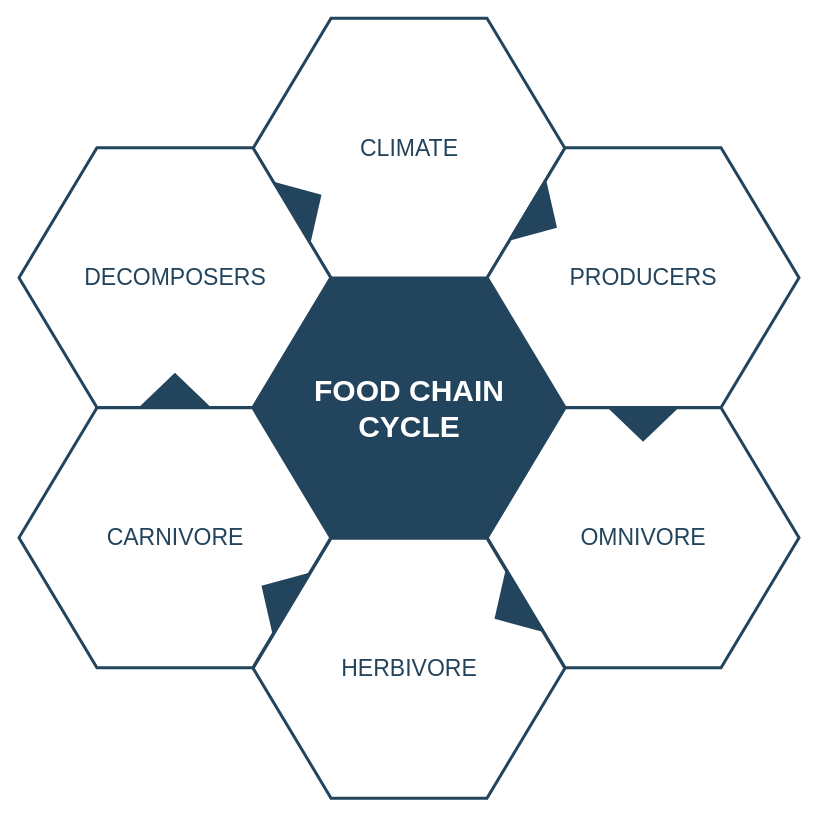
Earlier version of the draw.io diagram 网关功能.drawio (misswhite/openIOTbuilder). Source tidied: cells renumbered, new cells numbered last; positions are measured from the earlier drawing's top-left corner, leaving out a move shared by most shapes. Both pictures are drawn from the tidied source at 100%, with x=0, y=0 at pixel (18, 18).
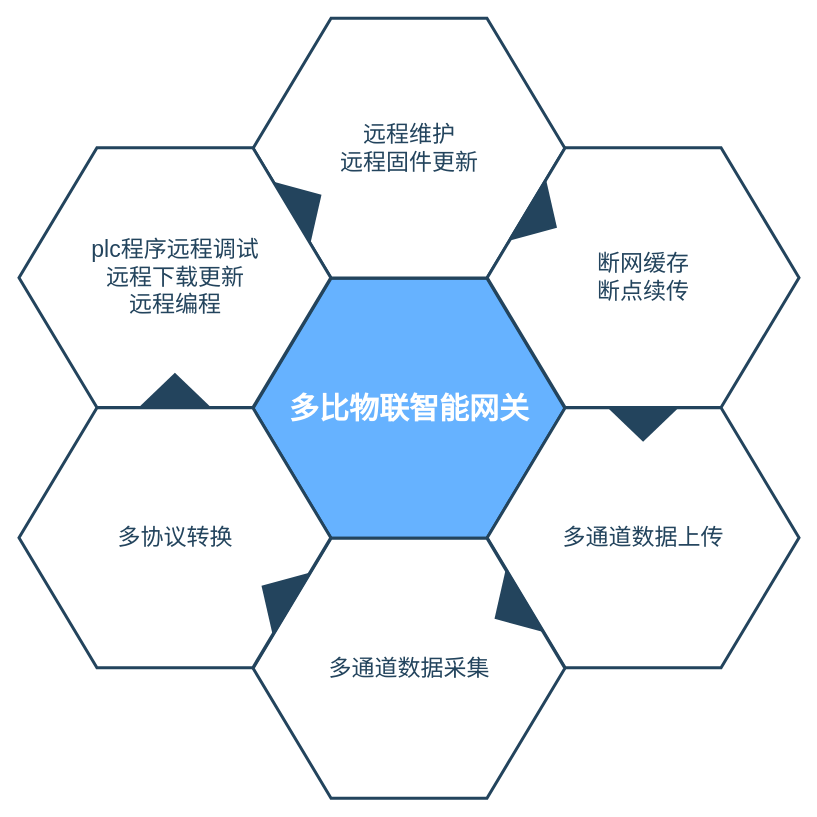
The same diagram, later.

Change to the diagram source:
```diff
@@
 <mxGraphModel background="#ffffff">
   <root>
     <mxCell id="0" />
     <mxCell id="1" parent="0" />
-    <mxCell id="2" value="&lt;font style=&quot;font-size: 30px&quot; color=&quot;#ffffff&quot;&gt;&lt;b&gt;&lt;span&gt;FOOD CHAIN&lt;/span&gt;&lt;br&gt;&lt;span&gt;CYCLE&lt;/span&gt;&lt;/b&gt;&lt;/font&gt;&lt;br&gt;" style="shape=hexagon;perimeter=hexagonPerimeter2;whiteSpace=wrap;html=1;shadow=0;labelBackgroundColor=none;strokeColor=#23445D;fillColor=#23445D;gradientColor=none;fontFamily=Helvetica;fontSize=23;fontColor=#23445d;align=center;strokeWidth=3;" parent="1" vertex="1">
+    <mxCell id="2" value="&lt;font color=&quot;#ffffff&quot;&gt;&lt;b&gt;&lt;span style=&quot;font-size: 30px&quot;&gt;多比物联&lt;/span&gt;&lt;span style=&quot;font-size: 30px&quot;&gt;智能网关&lt;/span&gt;&lt;/b&gt;&lt;/font&gt;" style="shape=hexagon;perimeter=hexagonPerimeter2;whiteSpace=wrap;html=1;shadow=0;labelBackgroundColor=none;strokeColor=#23445D;gradientColor=none;fontFamily=Helvetica;fontSize=23;fontColor=#23445d;align=center;strokeWidth=3;fillColor=#66B2FF;" parent="1" vertex="1">
       <mxGeometry x="234.6" y="259.8" width="311.8" height="259.9" as="geometry" />
     </mxCell>
     <mxCell id="3" style="triangle;whiteSpace=wrap;html=1;shadow=0;labelBackgroundColor=none;strokeColor=none;fillColor=#FFFFFF;fontFamily=Helvetica;fontSize=17;fontColor=#23445d;align=center;rotation=90;gradientColor=none;flipV=1;flipH=1;opacity=20;" parent="1" vertex="1">
       <mxGeometry x="115.5" y="277.7" width="72" height="152" as="geometry" />
     </mxCell>
-    <mxCell id="4" value="&lt;font style=&quot;font-size: 23px&quot;&gt;CLIMATE&lt;/font&gt;" style="shape=hexagon;perimeter=hexagonPerimeter2;whiteSpace=wrap;html=1;shadow=0;labelBackgroundColor=none;strokeColor=#23445D;fillColor=#ffffff;gradientColor=none;fontFamily=Helvetica;fontSize=23;fontColor=#23445D;align=center;strokeWidth=3;" parent="1" vertex="1">
+    <mxCell id="4" value="&lt;font style=&quot;font-size: 23px&quot;&gt;远程维护&lt;br&gt;远程固件更新&lt;/font&gt;" style="shape=hexagon;perimeter=hexagonPerimeter2;whiteSpace=wrap;html=1;shadow=0;labelBackgroundColor=none;strokeColor=#23445D;fillColor=#ffffff;gradientColor=none;fontFamily=Helvetica;fontSize=23;fontColor=#23445D;align=center;strokeWidth=3;" parent="1" vertex="1">
       <mxGeometry x="234.6" y="-0.3" width="311.8" height="259.9" as="geometry" />
     </mxCell>
-    <mxCell id="5" value="&lt;font style=&quot;font-size: 23px&quot;&gt;PRODUCERS&lt;/font&gt;" style="shape=hexagon;perimeter=hexagonPerimeter2;whiteSpace=wrap;html=1;shadow=0;labelBackgroundColor=none;strokeColor=#23445D;fillColor=#FFFFFF;gradientColor=none;fontFamily=Helvetica;fontSize=23;fontColor=#23445d;align=center;strokeWidth=3;" parent="1" vertex="1">
+    <mxCell id="5" value="&lt;font style=&quot;font-size: 23px&quot;&gt;断网缓存&lt;br&gt;断点续传&lt;br&gt;&lt;/font&gt;" style="shape=hexagon;perimeter=hexagonPerimeter2;whiteSpace=wrap;html=1;shadow=0;labelBackgroundColor=none;strokeColor=#23445D;fillColor=#FFFFFF;gradientColor=none;fontFamily=Helvetica;fontSize=23;fontColor=#23445d;align=center;strokeWidth=3;" parent="1" vertex="1">
       <mxGeometry x="468.7" y="129.2" width="311.8" height="259.9" as="geometry" />
     </mxCell>
-    <mxCell id="6" value="&lt;font style=&quot;font-size: 23px&quot;&gt;OMNIVORE&lt;/font&gt;" style="shape=hexagon;perimeter=hexagonPerimeter2;whiteSpace=wrap;html=1;shadow=0;labelBackgroundColor=none;strokeColor=#23445D;fillColor=#FFFFFF;gradientColor=none;fontFamily=Helvetica;fontSize=23;fontColor=#23445d;align=center;strokeWidth=3;" parent="1" vertex="1">
+    <mxCell id="6" value="多通道数据上传" style="shape=hexagon;perimeter=hexagonPerimeter2;whiteSpace=wrap;html=1;shadow=0;labelBackgroundColor=none;strokeColor=#23445D;fillColor=#FFFFFF;gradientColor=none;fontFamily=Helvetica;fontSize=23;fontColor=#23445d;align=center;strokeWidth=3;" parent="1" vertex="1">
       <mxGeometry x="468.7" y="389.3" width="311.8" height="259.9" as="geometry" />
     </mxCell>
-    <mxCell id="7" value="&lt;font style=&quot;font-size: 23px&quot;&gt;HERBIVORE&lt;/font&gt;" style="shape=hexagon;perimeter=hexagonPerimeter2;whiteSpace=wrap;html=1;shadow=0;labelBackgroundColor=none;strokeColor=#23445D;fillColor=#FFFFFF;gradientColor=none;fontFamily=Helvetica;fontSize=23;fontColor=#23445d;align=center;strokeWidth=3;" parent="1" vertex="1">
+    <mxCell id="7" value="&lt;font style=&quot;font-size: 23px&quot;&gt;多通道数据采集&lt;/font&gt;" style="shape=hexagon;perimeter=hexagonPerimeter2;whiteSpace=wrap;html=1;shadow=0;labelBackgroundColor=none;strokeColor=#23445D;fillColor=#FFFFFF;gradientColor=none;fontFamily=Helvetica;fontSize=23;fontColor=#23445d;align=center;strokeWidth=3;" parent="1" vertex="1">
       <mxGeometry x="234.6" y="519.8" width="311.8" height="259.9" as="geometry" />
     </mxCell>
-    <mxCell id="8" value="&lt;font style=&quot;font-size: 23px&quot;&gt;CARNIVORE&lt;/font&gt;" style="shape=hexagon;perimeter=hexagonPerimeter2;whiteSpace=wrap;html=1;shadow=0;labelBackgroundColor=none;strokeColor=#23445D;fillColor=#FFFFFF;gradientColor=none;fontFamily=Helvetica;fontSize=23;fontColor=#23445d;align=center;strokeWidth=3;" parent="1" vertex="1">
+    <mxCell id="8" value="&lt;font style=&quot;font-size: 23px&quot;&gt;多协议转换&lt;/font&gt;" style="shape=hexagon;perimeter=hexagonPerimeter2;whiteSpace=wrap;html=1;shadow=0;labelBackgroundColor=none;strokeColor=#23445D;fillColor=#FFFFFF;gradientColor=none;fontFamily=Helvetica;fontSize=23;fontColor=#23445d;align=center;strokeWidth=3;" parent="1" vertex="1">
       <mxGeometry x="0.5" y="389.3" width="311.8" height="259.9" as="geometry" />
     </mxCell>
-    <mxCell id="9" value="&lt;font style=&quot;font-size: 23px;&quot;&gt;DECOMPOSERS&lt;/font&gt;" style="shape=hexagon;perimeter=hexagonPerimeter2;whiteSpace=wrap;html=1;shadow=0;labelBackgroundColor=none;strokeColor=#23445D;fillColor=#ffffff;gradientColor=none;fontFamily=Helvetica;fontSize=23;fontColor=#23445D;align=center;strokeWidth=3;" parent="1" vertex="1">
+    <mxCell id="9" value="&lt;font style=&quot;font-size: 23px&quot;&gt;plc程序远程调试&lt;br&gt;远程下载更新&lt;br&gt;远程编程&lt;br&gt;&lt;/font&gt;" style="shape=hexagon;perimeter=hexagonPerimeter2;whiteSpace=wrap;html=1;shadow=0;labelBackgroundColor=none;strokeColor=#23445D;fillColor=#ffffff;gradientColor=none;fontFamily=Helvetica;fontSize=23;fontColor=#23445D;align=center;strokeWidth=3;" parent="1" vertex="1">
       <mxGeometry x="0.5" y="129.2" width="311.8" height="259.9" as="geometry" />
     </mxCell>
     <mxCell id="10" style="triangle;whiteSpace=wrap;html=1;shadow=0;labelBackgroundColor=none;strokeColor=none;fillColor=#23445D;fontFamily=Helvetica;fontSize=17;fontColor=#23445d;align=center;rotation=31;gradientColor=none;strokeWidth=3;" parent="1" vertex="1">
       <mxGeometry x="506" y="163.7" width="35" height="73" as="geometry" />
     </mxCell>
     <mxCell id="11" style="triangle;whiteSpace=wrap;html=1;shadow=0;labelBackgroundColor=none;strokeColor=none;fillColor=#23445D;fontFamily=Helvetica;fontSize=17;fontColor=#23445d;align=center;rotation=31;gradientColor=none;flipH=1;strokeWidth=3;" parent="1" vertex="1">
       <mxGeometry x="240.5" y="539.7" width="35" height="73" as="geometry" />
     </mxCell>
     <mxCell id="12" style="triangle;whiteSpace=wrap;html=1;shadow=0;labelBackgroundColor=none;strokeColor=none;fillColor=#23445D;fontFamily=Helvetica;fontSize=17;fontColor=#23445d;align=center;rotation=329;gradientColor=none;strokeWidth=3;" parent="1" vertex="1">
       <mxGeometry x="270.5" y="148.7" width="35" height="73" as="geometry" />
     </mxCell>
     <mxCell id="13" style="triangle;whiteSpace=wrap;html=1;shadow=0;labelBackgroundColor=none;strokeColor=none;fillColor=#23445D;fontFamily=Helvetica;fontSize=17;fontColor=#23445d;align=center;rotation=329;gradientColor=none;flipH=1;strokeWidth=3;" parent="1" vertex="1">
       <mxGeometry x="473.5" y="554.7" width="35" height="73" as="geometry" />
     </mxCell>
     <mxCell id="14" style="triangle;whiteSpace=wrap;html=1;shadow=0;labelBackgroundColor=none;strokeColor=none;fillColor=#23445D;fontFamily=Helvetica;fontSize=17;fontColor=#23445d;align=center;rotation=90;gradientColor=none;strokeWidth=3;" parent="1" vertex="1">
       <mxGeometry x="607.1" y="369.2" width="35" height="73" as="geometry" />
     </mxCell>
     <mxCell id="15" style="triangle;whiteSpace=wrap;html=1;shadow=0;labelBackgroundColor=none;strokeColor=none;fillColor=#23445D;fontFamily=Helvetica;fontSize=17;fontColor=#23445d;align=center;rotation=90;gradientColor=none;flipH=1;strokeWidth=3;" parent="1" vertex="1">
       <mxGeometry x="138.9" y="335.2" width="35" height="73" as="geometry" />
     </mxCell>
   </root>
 </mxGraphModel>
```
